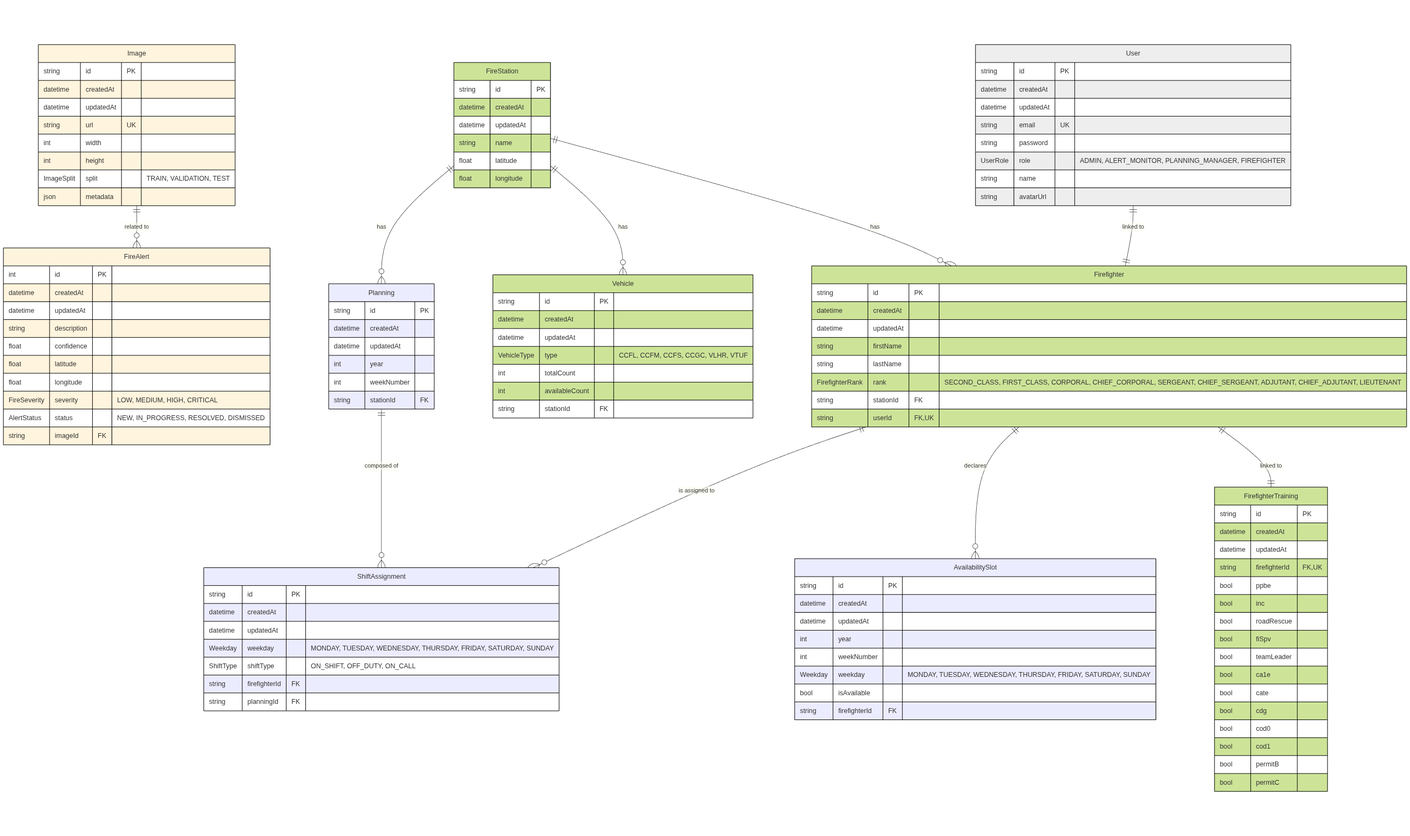
Earlier version of the Mermaid export src/diagrams/db.png (insa-resq/firepulse-databases). Its source is kept beside it as src/diagrams/db.mmd.
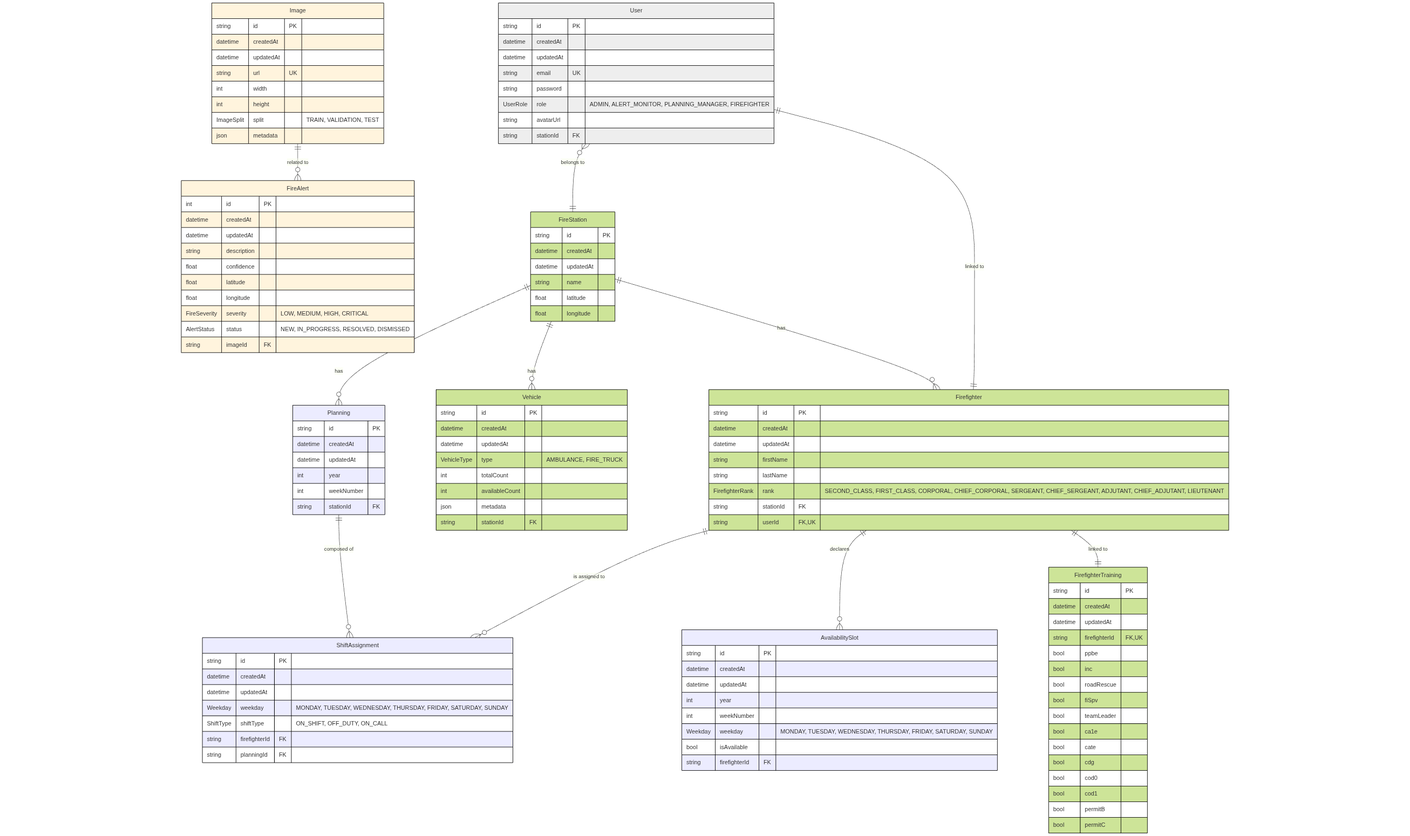
Later version of the same file.

Change to the diagram source:
```diff
@@ -6,8 +6,8 @@
     string email UK
     string password
     UserRole role "ADMIN, ALERT_MONITOR, PLANNING_MANAGER, FIREFIGHTER"
-    string name
     string avatarUrl
+    string stationId FK
   }
   FireAlert:::detection {
     int id PK
@@ -70,9 +70,10 @@
     string id PK
     datetime createdAt
     datetime updatedAt
-    VehicleType type "CCFL, CCFM, CCFS, CCGC, VLHR, VTUF"
+    VehicleType type "AMBULANCE, FIRE_TRUCK"
     int totalCount
     int availableCount
+    json metadata
     string stationId FK
   }
   Firefighter:::registry {
@@ -103,8 +104,9 @@
     bool permitB
     bool permitC
   }
+  Image ||--o{ FireAlert : "related to"
   User ||--|| Firefighter : "linked to"
-  Image ||--o{ FireAlert : "related to"
+  User }o--|| FireStation : "belongs to"
   FireStation ||--o{ Planning : "has"
   FireStation ||--o{ Vehicle : "has"
   FireStation ||--o{ Firefighter : "has"
```
